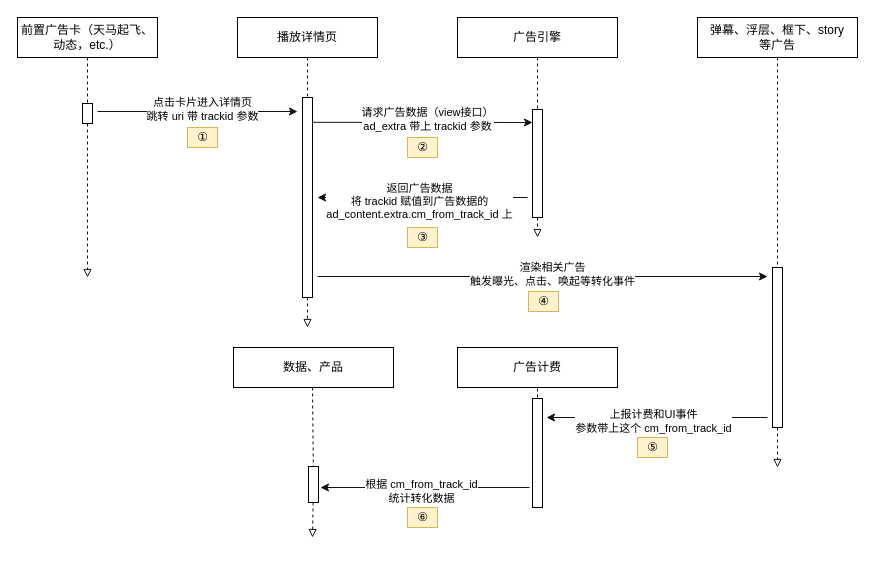
This is Untitled Diagram.drawio from QianKaiLu/qiankailu.github.io, a draw.io file, before an edit. Source tidied: cells renumbered, new cells numbered last; positions are measured from the earlier drawing's top-left corner, leaving out a move shared by most shapes. Both pictures are drawn from the tidied source at 100%, with x=0, y=0 at pixel (17, 17).
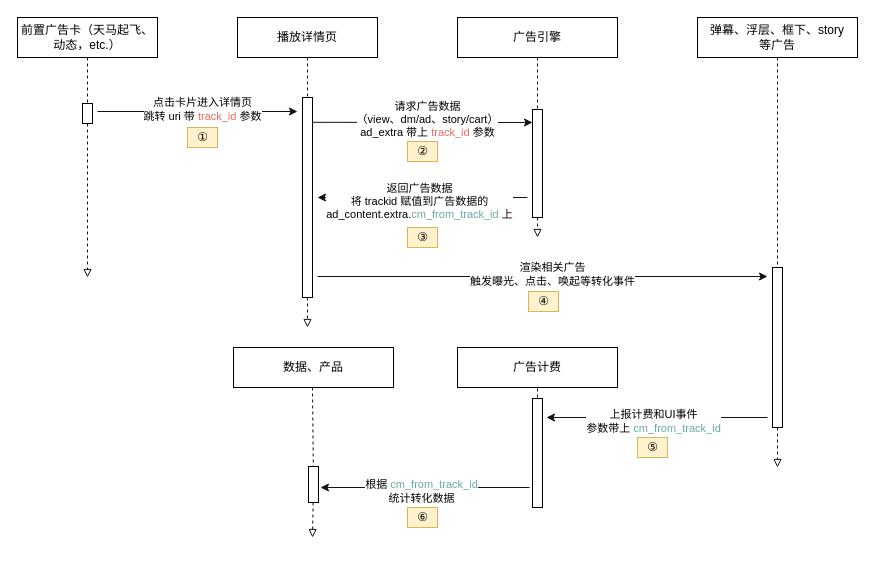
After the change.

The change refers to these unchanged cells:
```xml
<mxCell id="9" style="endArrow=classic;html=1;rounded=0;strokeColor=#121212;strokeWidth=1;" parent="1" edge="1">
  <mxGeometry relative="1" as="geometry">
    <mxPoint x="80" y="94" as="sourcePoint" />
    <mxPoint x="280" y="94" as="targetPoint" />
  </mxGeometry>
</mxCell>
<mxCell id="15" style="endArrow=classic;html=1;rounded=0;strokeColor=#121212;strokeWidth=1;exitX=1;exitY=0.5;exitDx=0;exitDy=0;" parent="1" edge="1">
  <mxGeometry relative="1" as="geometry">
    <mxPoint x="295" y="104.8" as="sourcePoint" />
    <mxPoint x="515" y="105" as="targetPoint" />
  </mxGeometry>
</mxCell>
<mxCell id="19" style="endArrow=classic;html=1;rounded=0;strokeColor=#121212;strokeWidth=1;" parent="1" edge="1">
  <mxGeometry relative="1" as="geometry">
    <mxPoint x="510" y="180" as="sourcePoint" />
    <mxPoint x="300" y="180" as="targetPoint" />
  </mxGeometry>
</mxCell>
<mxCell id="29" style="endArrow=classic;html=1;rounded=0;strokeColor=#121212;strokeWidth=1;" parent="1" edge="1">
  <mxGeometry relative="1" as="geometry">
    <mxPoint x="750" y="400" as="sourcePoint" />
    <mxPoint x="529" y="400" as="targetPoint" />
  </mxGeometry>
</mxCell>
<mxCell id="40" style="endArrow=classic;html=1;rounded=0;strokeColor=#121212;strokeWidth=1;" parent="1" edge="1">
  <mxGeometry relative="1" as="geometry">
    <mxPoint x="512" y="470" as="sourcePoint" />
    <mxPoint x="303" y="470" as="targetPoint" />
  </mxGeometry>
</mxCell>
```

Diff of the diagram source:
```diff
@@
-    <mxCell id="10" value="点击卡片进入详情页&lt;br&gt;跳转 uri 带 trackid 参数" style="edgeLabel;html=1;align=center;verticalAlign=middle;" parent="9" vertex="1">
+    <mxCell id="10" value="点击卡片进入详情页&lt;br&gt;跳转 uri 带 &lt;font color=&quot;#ea6b66&quot;&gt;track_id&lt;/font&gt; 参数" style="edgeLabel;html=1;align=center;verticalAlign=middle;" parent="9" vertex="1">
       <mxGeometry x="0.04" y="3" relative="1" as="geometry" />
     </mxCell>
@@
-    <mxCell id="16" value="请求广告数据（view接口）&lt;br&gt;ad_extra 带上 trackid 参数" style="edgeLabel;html=1;align=center;verticalAlign=middle;" parent="15" vertex="1">
+    <mxCell id="16" value="请求广告数据&lt;br&gt;（view、dm/ad、story/cart）&lt;br&gt;ad_extra 带上&amp;nbsp;&lt;span style=&quot;color: rgb(234 , 107 , 102)&quot;&gt;track_id&lt;/span&gt;&amp;nbsp;参数" style="edgeLabel;html=1;align=center;verticalAlign=middle;" parent="15" vertex="1">
       <mxGeometry x="0.04" y="3" relative="1" as="geometry" />
     </mxCell>
@@
-    <mxCell id="20" value="返回广告数据&lt;br&gt;将 trackid 赋值到广告数据的&lt;br&gt;ad_content.extra.cm_from_track_id 上" style="edgeLabel;html=1;align=center;verticalAlign=middle;" parent="19" vertex="1">
+    <mxCell id="20" value="返回广告数据&lt;br&gt;将 trackid 赋值到广告数据的&lt;br&gt;ad_content.extra.&lt;font color=&quot;#67ab9f&quot;&gt;cm_from_track_id&lt;/font&gt; 上" style="edgeLabel;html=1;align=center;verticalAlign=middle;" parent="19" vertex="1">
       <mxGeometry x="0.04" y="3" relative="1" as="geometry" />
     </mxCell>
@@
-    <mxCell id="30" value="上报计费和UI事件&lt;br&gt;参数带上这个 cm_from_track_id" style="edgeLabel;html=1;align=center;verticalAlign=middle;" parent="29" vertex="1">
+    <mxCell id="30" value="上报计费和UI事件&lt;br&gt;参数带上&amp;nbsp;&lt;span style=&quot;color: rgb(103 , 171 , 159)&quot;&gt;cm_from_track_id&lt;/span&gt;" style="edgeLabel;html=1;align=center;verticalAlign=middle;" parent="29" vertex="1">
       <mxGeometry x="0.04" y="3" relative="1" as="geometry" />
     </mxCell>
@@
     <mxCell id="32" value="②" style="text;html=1;align=center;verticalAlign=middle;strokeColor=#d6b656;fillColor=#fff2cc;" parent="1" vertex="1">
-      <mxGeometry x="390" y="120" width="30" height="20" as="geometry" />
+      <mxGeometry x="390" y="124" width="30" height="20" as="geometry" />
     </mxCell>
@@
-    <mxCell id="41" value="根据 cm_from_track_id&lt;br&gt;统计转化数据" style="edgeLabel;html=1;align=center;verticalAlign=middle;" parent="40" vertex="1">
+    <mxCell id="41" value="根据&amp;nbsp;&lt;span style=&quot;color: rgb(103 , 171 , 159)&quot;&gt;cm_from_track_id&lt;/span&gt;&lt;br&gt;统计转化数据" style="edgeLabel;html=1;align=center;verticalAlign=middle;" parent="40" vertex="1">
       <mxGeometry x="0.04" y="3" relative="1" as="geometry" />
     </mxCell>
```
